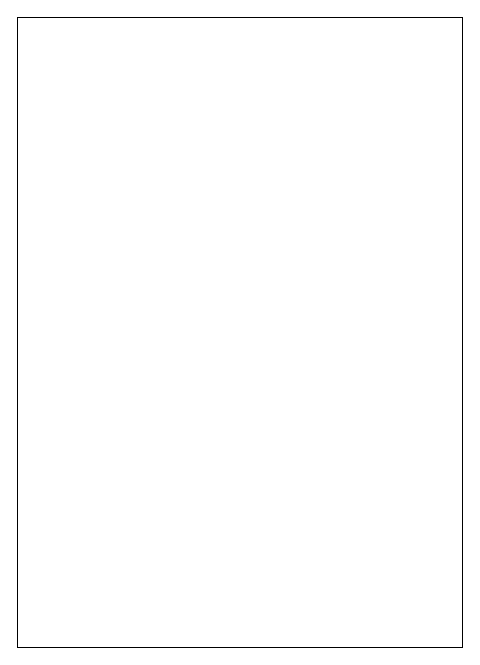
Above: page "Controls_Master" (2 of 5) of Master Wire Diagram_V3.drawio in lhr-solar/WireWorld (draw.io), before the change. Source tidied: cells renumbered, new cells numbered last; positions are measured from the earlier drawing's top-left corner, leaving out a move shared by most shapes. Both pictures are drawn from the tidied source at 100%, with x=0, y=0 at pixel (17, 17).
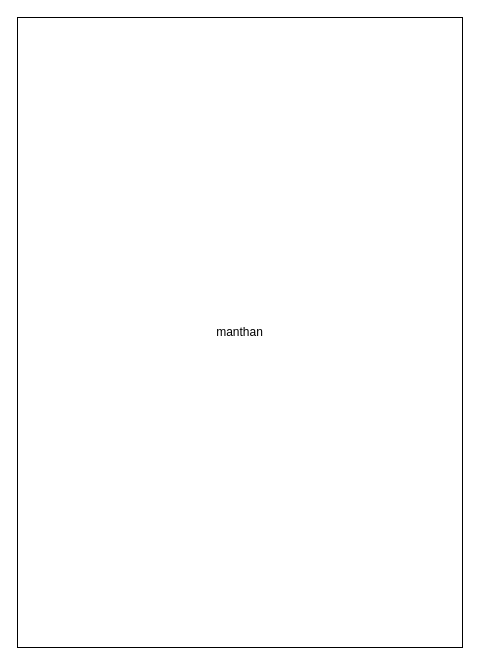
The same page after the edit.

Diff of the diagram source:
```diff
@@
 <mxGraphModel>
   <root>
     <mxCell id="0" />
     <mxCell id="1" parent="0" />
-    <mxCell id="2" style="rounded=0;whiteSpace=wrap;html=1;" parent="1" vertex="1">
+    <mxCell id="2" value="manthan" style="rounded=0;whiteSpace=wrap;html=1;" parent="1" vertex="1">
       <mxGeometry width="445" height="630" as="geometry" />
     </mxCell>
   </root>
 </mxGraphModel>
```
